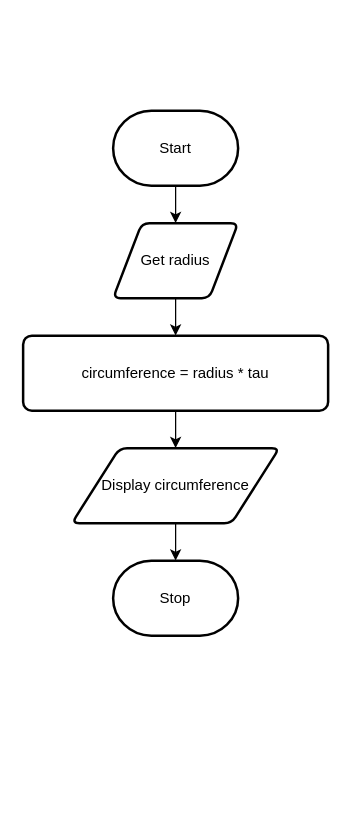
Earlier version of the draw.io diagram page "Flowchart" (2 of 2) of design.drawio (Samuel-Webster-178/ICS3U-Unit2-Unit2-04-Python). Source tidied: cells renumbered, new cells numbered last; positions are measured from the earlier drawing's top-left corner, leaving out a move shared by most shapes. Both pictures are drawn from the tidied source at 125%, with x=0, y=0 at pixel (22, 110).
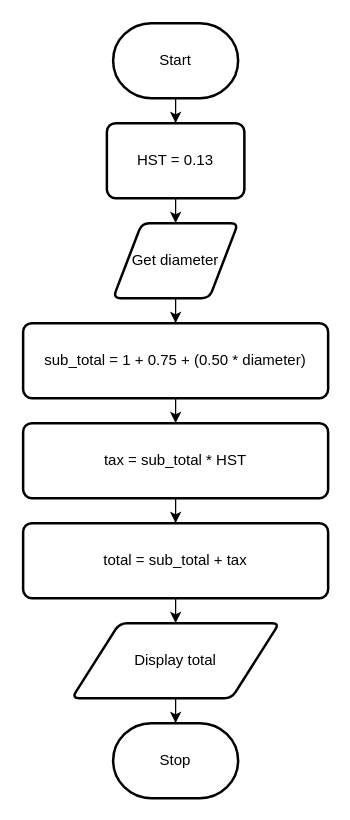
The same diagram, later.

Change to the diagram source:
```diff
@@
 <mxGraphModel>
   <root>
     <mxCell id="0" />
     <mxCell id="1" parent="0" />
-    <mxCell id="2" style="edgeStyle=none;html=1;" parent="1" edge="1" source="3" target="5">
-      <mxGeometry relative="1" as="geometry" />
-    </mxCell>
+    <mxCell id="11" style="edgeStyle=none;html=1;" parent="1" edge="1" source="3" target="16">
+      <mxGeometry relative="1" as="geometry" />
+    </mxCell>
     <mxCell id="3" value="Start" style="strokeWidth=2;html=1;shape=mxgraph.flowchart.terminator;whiteSpace=wrap;" parent="1" vertex="1">
-      <mxGeometry x="72" width="100" height="60" as="geometry" />
+      <mxGeometry x="72" y="-70" width="100" height="60" as="geometry" />
     </mxCell>
     <mxCell id="4" style="edgeStyle=none;html=1;" parent="1" edge="1" source="5" target="7">
       <mxGeometry relative="1" as="geometry" />
     </mxCell>
-    <mxCell id="5" value="Get radius" style="shape=parallelogram;html=1;strokeWidth=2;perimeter=parallelogramPerimeter;whiteSpace=wrap;rounded=1;arcSize=12;size=0.23;" parent="1" vertex="1">
+    <mxCell id="5" value="Get diameter" style="shape=parallelogram;html=1;strokeWidth=2;perimeter=parallelogramPerimeter;whiteSpace=wrap;rounded=1;arcSize=12;size=0.23;" parent="1" vertex="1">
       <mxGeometry x="72" y="90" width="100" height="60" as="geometry" />
     </mxCell>
-    <mxCell id="6" style="edgeStyle=none;html=1;" parent="1" edge="1" source="7" target="9">
-      <mxGeometry relative="1" as="geometry" />
-    </mxCell>
+    <mxCell id="12" style="edgeStyle=none;html=1;" parent="1" edge="1" source="7" target="14">
+      <mxGeometry relative="1" as="geometry" />
+    </mxCell>
-    <mxCell id="7" value="circumference = radius * tau" style="rounded=1;whiteSpace=wrap;html=1;absoluteArcSize=1;arcSize=14;strokeWidth=2;" parent="1" vertex="1">
-      <mxGeometry y="180" width="244" height="60" as="geometry" />
+    <mxCell id="7" value="sub_total = 1 + 0.75 + (0.50 * diameter)" style="rounded=1;whiteSpace=wrap;html=1;absoluteArcSize=1;arcSize=14;strokeWidth=2;" parent="1" vertex="1">
+      <mxGeometry y="170" width="244" height="60" as="geometry" />
     </mxCell>
     <mxCell id="8" style="edgeStyle=none;html=1;" parent="1" edge="1" source="9" target="10">
       <mxGeometry relative="1" as="geometry" />
     </mxCell>
-    <mxCell id="9" value="Display circumference" style="shape=parallelogram;html=1;strokeWidth=2;perimeter=parallelogramPerimeter;whiteSpace=wrap;rounded=1;arcSize=12;size=0.23;" parent="1" vertex="1">
-      <mxGeometry x="39" y="270" width="166" height="60" as="geometry" />
+    <mxCell id="9" value="Display total" style="shape=parallelogram;html=1;strokeWidth=2;perimeter=parallelogramPerimeter;whiteSpace=wrap;rounded=1;arcSize=12;size=0.23;" parent="1" vertex="1">
+      <mxGeometry x="39" y="410" width="166" height="60" as="geometry" />
     </mxCell>
     <mxCell id="10" value="Stop" style="strokeWidth=2;html=1;shape=mxgraph.flowchart.terminator;whiteSpace=wrap;" parent="1" vertex="1">
-      <mxGeometry x="72" y="360" width="100" height="60" as="geometry" />
+      <mxGeometry x="72" y="490" width="100" height="60" as="geometry" />
     </mxCell>
+    <mxCell id="13" style="edgeStyle=none;html=1;" parent="1" edge="1" source="14" target="18">
+      <mxGeometry relative="1" as="geometry" />
+    </mxCell>
+    <mxCell id="14" value="tax = sub_total * HST" style="rounded=1;whiteSpace=wrap;html=1;absoluteArcSize=1;arcSize=14;strokeWidth=2;" parent="1" vertex="1">
+      <mxGeometry y="250" width="244" height="60" as="geometry" />
+    </mxCell>
+    <mxCell id="15" style="edgeStyle=none;html=1;entryX=0.5;entryY=0;entryDx=0;entryDy=0;" parent="1" edge="1" source="16" target="5">
+      <mxGeometry relative="1" as="geometry" />
+    </mxCell>
+    <mxCell id="16" value="HST = 0.13" style="rounded=1;whiteSpace=wrap;html=1;absoluteArcSize=1;arcSize=14;strokeWidth=2;" parent="1" vertex="1">
+      <mxGeometry x="67" y="10" width="110" height="60" as="geometry" />
+    </mxCell>
+    <mxCell id="17" style="edgeStyle=none;html=1;" parent="1" edge="1" source="18" target="9">
+      <mxGeometry relative="1" as="geometry" />
+    </mxCell>
+    <mxCell id="18" value="total = sub_total + tax" style="rounded=1;whiteSpace=wrap;html=1;absoluteArcSize=1;arcSize=14;strokeWidth=2;" parent="1" vertex="1">
+      <mxGeometry y="330" width="244" height="60" as="geometry" />
+    </mxCell>
   </root>
 </mxGraphModel>
```
